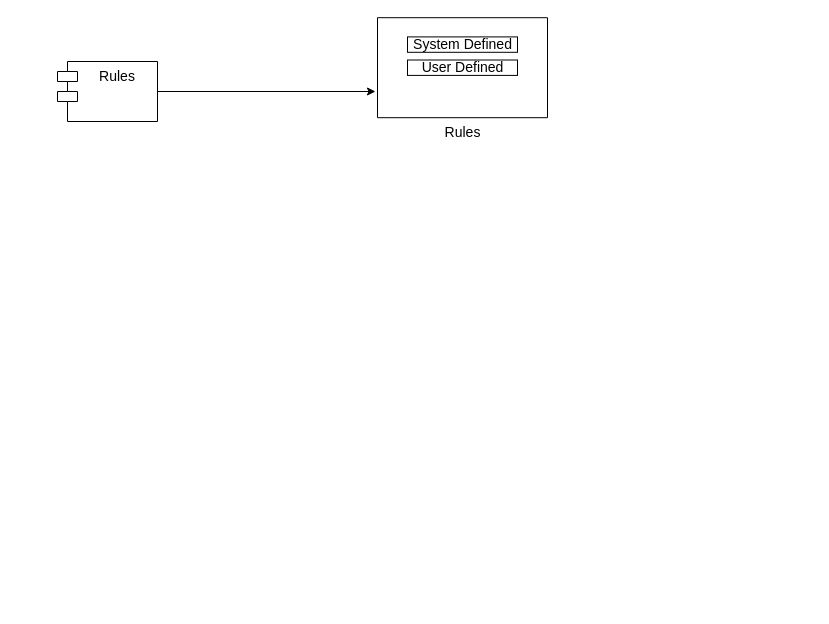
Before: page "Rules" (3 of 5) of Untitled Diagram.drawio in CarlosSaltaren/revenpro, a draw.io diagram. Source tidied: cells renumbered, new cells numbered last; positions are measured from the earlier drawing's top-left corner, leaving out a move shared by most shapes. Both pictures are drawn from the tidied source at 100%, with x=0, y=0 at pixel (57, 17).
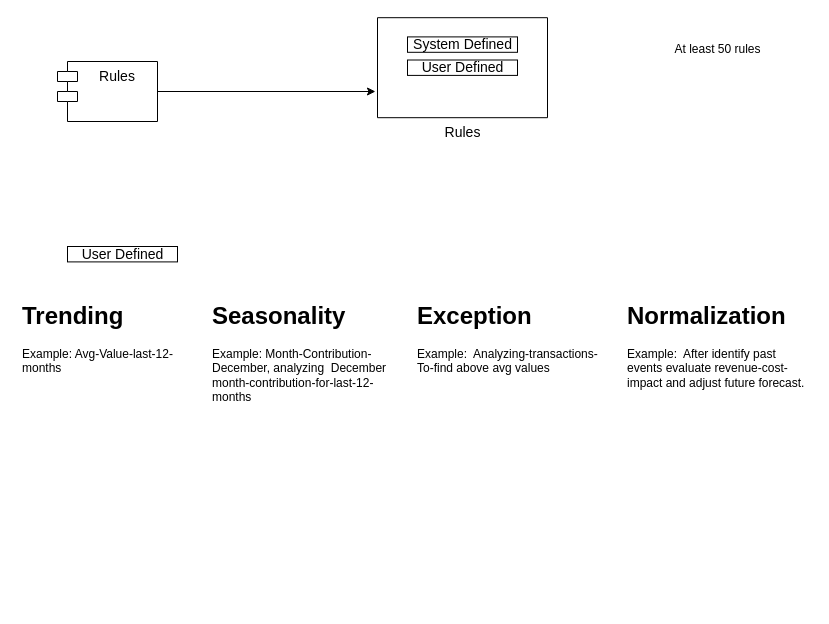
The same diagram, later.

Change to the diagram source:
```diff
@@
 <mxGraphModel>
   <root>
     <mxCell id="0" />
     <mxCell id="1" parent="0" />
     <mxCell id="2" value="Rules" style="shape=module;align=left;spacingLeft=20;align=center;verticalAlign=top;fontSize=14;" parent="1" vertex="1">
       <mxGeometry y="44" width="100" height="60" as="geometry" />
     </mxCell>
     <mxCell id="3" style="group;" parent="1" vertex="1">
       <mxGeometry x="320" y="4" width="170" height="100" as="geometry" />
     </mxCell>
     <mxCell id="4" value="Rules" style="verticalLabelPosition=bottom;verticalAlign=top;html=1;shape=mxgraph.basic.rect;fillColor2=none;strokeWidth=1;size=20;indent=5;fontSize=14;" parent="3" vertex="1">
       <mxGeometry y="-3.8" width="170" height="100" as="geometry" />
     </mxCell>
     <mxCell id="5" value="System Defined" style="html=1;fontSize=14;" parent="3" vertex="1">
       <mxGeometry x="30" y="15.4" width="110" height="15.4" as="geometry" />
     </mxCell>
     <mxCell id="6" value="User Defined" style="html=1;fontSize=14;" parent="3" vertex="1">
       <mxGeometry x="30" y="38.5" width="110" height="15.4" as="geometry" />
     </mxCell>
     <mxCell id="7" style="edgeStyle=orthogonalEdgeStyle;rounded=0;jettySize=auto;html=1;entryX=-0.012;entryY=0.738;entryDx=0;entryDy=0;entryPerimeter=0;" parent="1" edge="1" source="2" target="4">
       <mxGeometry relative="1" as="geometry" />
     </mxCell>
+    <mxCell id="8" value="At least 50 rules" style="text;html=1;align=center;verticalAlign=middle;strokeColor=none;fillColor=none;" parent="1" vertex="1">
+      <mxGeometry x="605" y="17" width="110" height="30" as="geometry" />
+    </mxCell>
+    <mxCell id="9" value="&lt;h1&gt;Trending&lt;/h1&gt;&lt;p&gt;Example: Avg-Value-last-12-months&lt;/p&gt;" style="text;html=1;strokeColor=none;fillColor=none;spacing=5;spacingTop=-20;whiteSpace=wrap;overflow=hidden;rounded=0;" parent="1" vertex="1">
+      <mxGeometry x="-40" y="279" width="190" height="310" as="geometry" />
+    </mxCell>
+    <mxCell id="10" value="User Defined" style="html=1;fontSize=14;" parent="1" vertex="1">
+      <mxGeometry x="10" y="229" width="110" height="15.4" as="geometry" />
+    </mxCell>
+    <mxCell id="11" value="&lt;h1&gt;Seasonality&lt;/h1&gt;&lt;div&gt;Example: Month-Contribution-December, analyzing&amp;nbsp; December month-contribution-for-last-12-months&lt;br&gt;&lt;/div&gt;" style="text;html=1;strokeColor=none;fillColor=none;spacing=5;spacingTop=-20;whiteSpace=wrap;overflow=hidden;rounded=0;" parent="1" vertex="1">
+      <mxGeometry x="150" y="279" width="190" height="310" as="geometry" />
+    </mxCell>
+    <mxCell id="12" value="&lt;h1&gt;Exception&lt;/h1&gt;&lt;div&gt;Example:&amp;nbsp; Analyzing-transactions-To-find above avg values&lt;br&gt;&lt;/div&gt;" style="text;html=1;strokeColor=none;fillColor=none;spacing=5;spacingTop=-20;whiteSpace=wrap;overflow=hidden;rounded=0;" parent="1" vertex="1">
+      <mxGeometry x="355" y="279" width="190" height="310" as="geometry" />
+    </mxCell>
+    <mxCell id="13" value="&lt;h1&gt;Normalization&lt;/h1&gt;&lt;div&gt;Example:&amp;nbsp; After identify past events evaluate revenue-cost-impact and adjust future forecast.&lt;br&gt;&lt;/div&gt;" style="text;html=1;strokeColor=none;fillColor=none;spacing=5;spacingTop=-20;whiteSpace=wrap;overflow=hidden;rounded=0;" parent="1" vertex="1">
+      <mxGeometry x="565" y="279" width="190" height="310" as="geometry" />
+    </mxCell>
   </root>
 </mxGraphModel>
```
